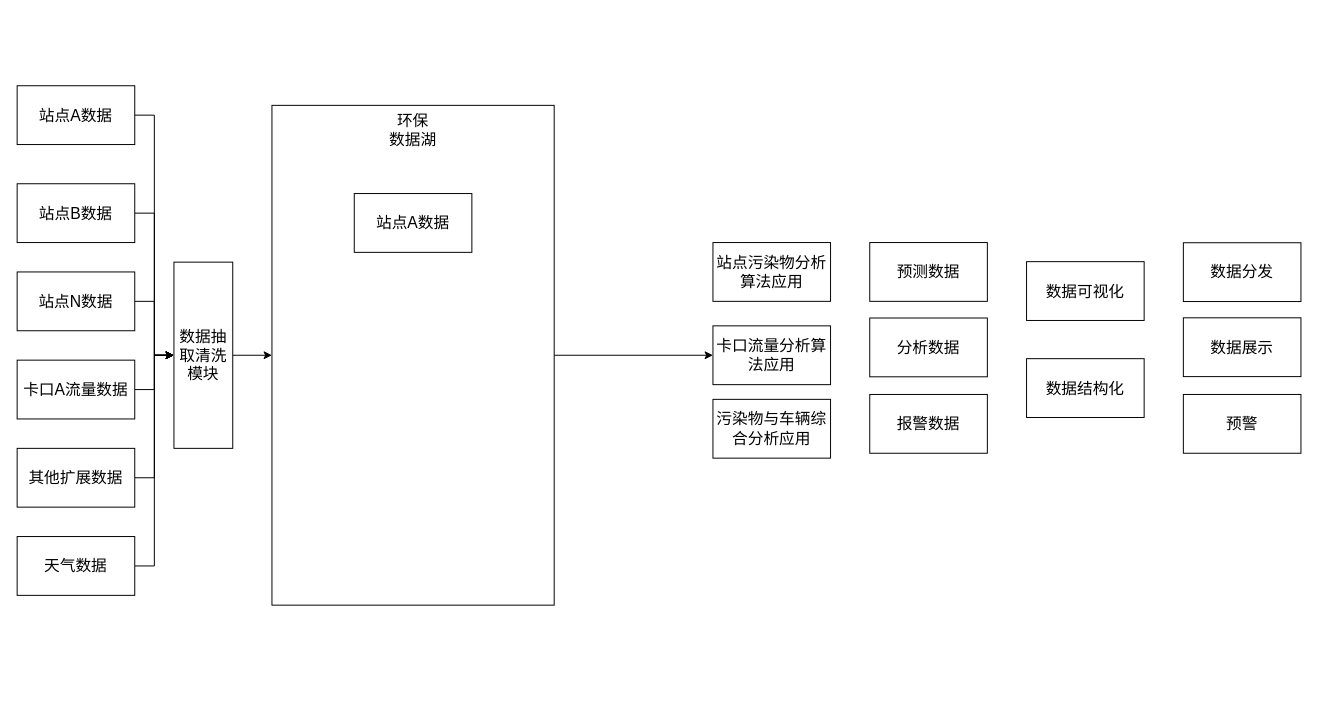
Earlier version of the draw.io diagram Untitled Diagram.drawio (Abefocuson/InterviewProject). Source tidied: cells renumbered, new cells numbered last; positions are measured from the earlier drawing's top-left corner, leaving out a move shared by most shapes. Both pictures are drawn from the tidied source at 98%, with x=0, y=0 at pixel (17, 85).
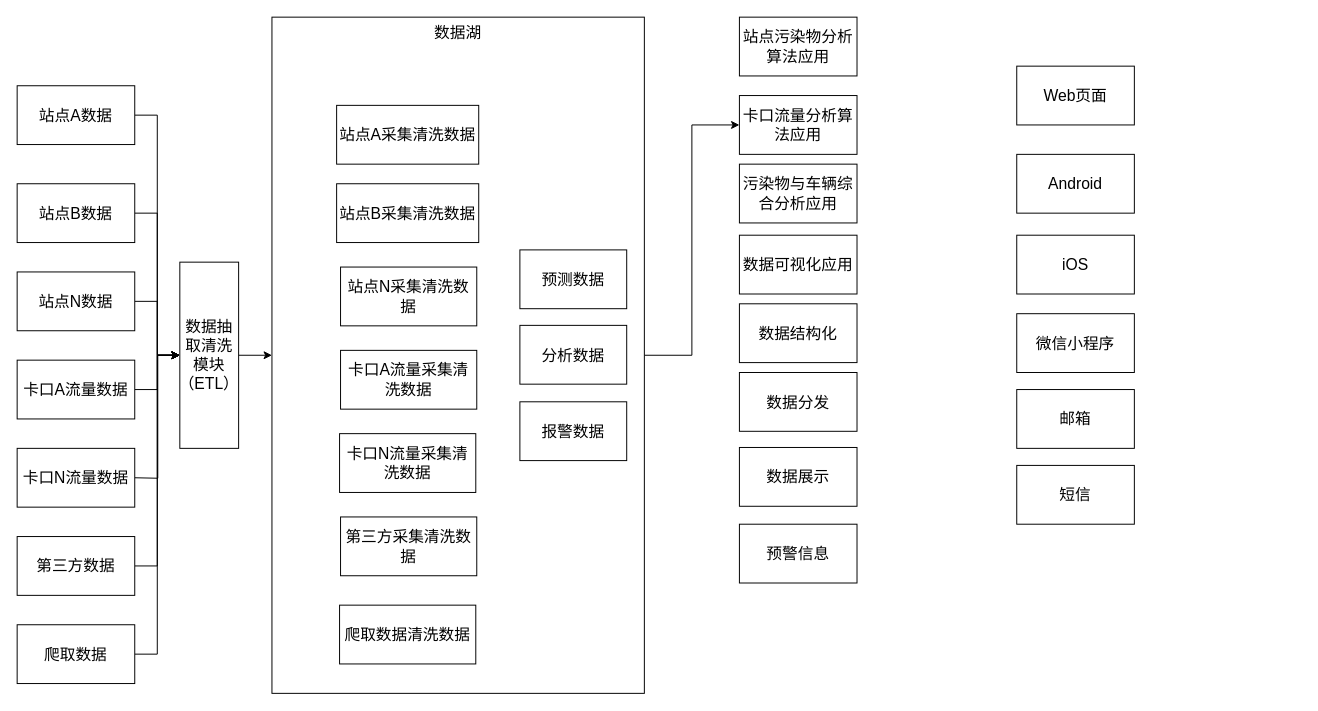
After the change.

Change to the diagram source:
```diff
@@
-    <mxCell id="10" style="edgeStyle=orthogonalEdgeStyle;rounded=0;jettySize=auto;html=1;exitX=1;exitY=0.5;exitDx=0;exitDy=0;entryX=0;entryY=0.5;entryDx=0;entryDy=0;fontSize=16;" parent="1" edge="1" source="11" target="15">
-      <mxGeometry relative="1" as="geometry" />
-    </mxCell>
-    <mxCell id="11" value="其他扩展数据" style="rounded=0;whiteSpace=wrap;html=1;fontSize=16;" parent="1" vertex="1">
-      <mxGeometry y="370" width="120" height="60" as="geometry" />
-    </mxCell>
@@
-    <mxCell id="13" value="环保&lt;br style=&quot;font-size: 16px;&quot;&gt;数据湖" style="rounded=0;whiteSpace=wrap;html=1;fontSize=16;verticalAlign=top;" parent="1" vertex="1">
-      <mxGeometry x="260" y="20" width="288" height="510" as="geometry" />
+    <mxCell id="13" value="数据湖" style="rounded=0;whiteSpace=wrap;html=1;fontSize=16;verticalAlign=top;" parent="1" vertex="1">
+      <mxGeometry x="260" y="-70" width="380" height="690" as="geometry" />
     </mxCell>
@@
-    <mxCell id="15" value="数据抽取清洗模块" style="rounded=0;whiteSpace=wrap;html=1;fontSize=16;" parent="1" vertex="1">
-      <mxGeometry x="160" y="180" width="60" height="190" as="geometry" />
+    <mxCell id="15" value="数据抽取清洗模块（ETL）" style="rounded=0;whiteSpace=wrap;html=1;fontSize=16;" parent="1" vertex="1">
+      <mxGeometry x="166" y="180" width="60" height="190" as="geometry" />
     </mxCell>
     <mxCell id="16" value="站点污染物分析算法应用" style="rounded=0;whiteSpace=wrap;html=1;fontSize=16;" parent="1" vertex="1">
-      <mxGeometry x="710" y="160" width="120" height="60" as="geometry" />
+      <mxGeometry x="737" y="-70" width="120" height="60" as="geometry" />
     </mxCell>
     <mxCell id="17" value="卡口流量分析算法应用" style="rounded=0;whiteSpace=wrap;html=1;fontSize=16;" parent="1" vertex="1">
-      <mxGeometry x="710" y="245" width="120" height="60" as="geometry" />
+      <mxGeometry x="737" y="10" width="120" height="60" as="geometry" />
     </mxCell>
     <mxCell id="18" value="污染物与车辆综合分析应用" style="rounded=0;whiteSpace=wrap;html=1;fontSize=16;" parent="1" vertex="1">
-      <mxGeometry x="710" y="320" width="120" height="60" as="geometry" />
+      <mxGeometry x="737" y="80" width="120" height="60" as="geometry" />
     </mxCell>
     <mxCell id="19" value="预测数据" style="rounded=0;whiteSpace=wrap;html=1;fontSize=16;" parent="1" vertex="1">
-      <mxGeometry x="870" y="160" width="120" height="60" as="geometry" />
+      <mxGeometry x="513" y="167.5" width="109" height="60" as="geometry" />
     </mxCell>
     <mxCell id="20" value="分析数据" style="rounded=0;whiteSpace=wrap;html=1;fontSize=16;" parent="1" vertex="1">
-      <mxGeometry x="870" y="237" width="120" height="60" as="geometry" />
+      <mxGeometry x="513" y="244.5" width="109" height="60" as="geometry" />
     </mxCell>
     <mxCell id="21" value="报警数据" style="rounded=0;whiteSpace=wrap;html=1;fontSize=16;" parent="1" vertex="1">
-      <mxGeometry x="870" y="315" width="120" height="60" as="geometry" />
+      <mxGeometry x="513" y="322.5" width="109" height="60" as="geometry" />
     </mxCell>
     <mxCell id="22" value="数据分发" style="rounded=0;whiteSpace=wrap;html=1;fontSize=16;" parent="1" vertex="1">
-      <mxGeometry x="1190" y="160.2" width="120" height="60" as="geometry" />
+      <mxGeometry x="737" y="292.6" width="120" height="60" as="geometry" />
     </mxCell>
     <mxCell id="23" value="数据展示" style="rounded=0;whiteSpace=wrap;html=1;fontSize=16;" parent="1" vertex="1">
-      <mxGeometry x="1190" y="236.8" width="120" height="60" as="geometry" />
+      <mxGeometry x="737" y="369.1" width="120" height="60" as="geometry" />
     </mxCell>
-    <mxCell id="24" value="数据可视化" style="rounded=0;whiteSpace=wrap;html=1;fontSize=16;" parent="1" vertex="1">
-      <mxGeometry x="1030" y="179.5" width="120" height="60" as="geometry" />
+    <mxCell id="24" value="数据可视化应用" style="rounded=0;whiteSpace=wrap;html=1;fontSize=16;" parent="1" vertex="1">
+      <mxGeometry x="737" y="152.5" width="120" height="60" as="geometry" />
     </mxCell>
     <mxCell id="25" value="数据结构化" style="rounded=0;whiteSpace=wrap;html=1;fontSize=16;" parent="1" vertex="1">
-      <mxGeometry x="1030" y="278.5" width="120" height="60" as="geometry" />
+      <mxGeometry x="737" y="222.5" width="120" height="60" as="geometry" />
     </mxCell>
-    <mxCell id="26" style="edgeStyle=orthogonalEdgeStyle;rounded=0;jettySize=auto;html=1;exitX=1;exitY=0.5;exitDx=0;exitDy=0;entryX=0;entryY=0.5;entryDx=0;entryDy=0;fontSize=16;" parent="1" edge="1" source="27" target="15">
-      <mxGeometry relative="1" as="geometry" />
+    <mxCell id="26" style="edgeStyle=orthogonalEdgeStyle;rounded=0;jettySize=auto;html=1;exitX=1;exitY=0.5;exitDx=0;exitDy=0;entryX=0;entryY=0.5;entryDx=0;entryDy=0;fontSize=16;" parent="1" edge="1" target="15">
+      <mxGeometry relative="1" as="geometry">
+        <mxPoint x="120" y="400" as="sourcePoint" />
+      </mxGeometry>
     </mxCell>
-    <mxCell id="27" value="天气数据" style="rounded=0;whiteSpace=wrap;html=1;fontSize=16;" parent="1" vertex="1">
-      <mxGeometry y="460" width="120" height="60" as="geometry" />
-    </mxCell>
-    <mxCell id="28" value="预警" style="rounded=0;whiteSpace=wrap;html=1;fontSize=16;" parent="1" vertex="1">
-      <mxGeometry x="1190" y="315" width="120" height="60" as="geometry" />
+    <mxCell id="28" value="预警信息" style="rounded=0;whiteSpace=wrap;html=1;fontSize=16;" parent="1" vertex="1">
+      <mxGeometry x="737" y="447.4" width="120" height="60" as="geometry" />
     </mxCell>
-    <mxCell id="29" value="站点A数据" style="rounded=0;whiteSpace=wrap;html=1;fontSize=16;" parent="1" vertex="1">
-      <mxGeometry x="344" y="110" width="120" height="60" as="geometry" />
+    <mxCell id="29" value="站点A采集清洗数据" style="rounded=0;whiteSpace=wrap;html=1;fontSize=16;" parent="1" vertex="1">
+      <mxGeometry x="326" y="20" width="145" height="60" as="geometry" />
     </mxCell>
+    <mxCell id="30" value="站点B采集清洗数据" style="rounded=0;whiteSpace=wrap;html=1;fontSize=16;" parent="1" vertex="1">
+      <mxGeometry x="326" y="100" width="145" height="60" as="geometry" />
+    </mxCell>
+    <mxCell id="31" value="站点N采集清洗数据" style="rounded=0;whiteSpace=wrap;html=1;fontSize=16;" parent="1" vertex="1">
+      <mxGeometry x="330" y="185" width="139" height="60" as="geometry" />
+    </mxCell>
+    <mxCell id="32" style="edgeStyle=orthogonalEdgeStyle;rounded=0;jettySize=auto;html=1;exitX=1;exitY=0.5;exitDx=0;exitDy=0;entryX=0;entryY=0.5;entryDx=0;entryDy=0;fontSize=16;" parent="1" edge="1" source="33" target="15">
+      <mxGeometry relative="1" as="geometry" />
+    </mxCell>
+    <mxCell id="33" value="第三方数据" style="rounded=0;whiteSpace=wrap;html=1;fontSize=16;" parent="1" vertex="1">
+      <mxGeometry y="460" width="120" height="60" as="geometry" />
+    </mxCell>
+    <mxCell id="34" style="edgeStyle=orthogonalEdgeStyle;rounded=0;jettySize=auto;html=1;exitX=1;exitY=0.5;exitDx=0;exitDy=0;entryX=0;entryY=0.5;entryDx=0;entryDy=0;fontSize=16;" parent="1" edge="1" source="35" target="15">
+      <mxGeometry relative="1" as="geometry" />
+    </mxCell>
+    <mxCell id="35" value="爬取数据" style="rounded=0;whiteSpace=wrap;html=1;fontSize=16;" parent="1" vertex="1">
+      <mxGeometry y="550" width="120" height="60" as="geometry" />
+    </mxCell>
+    <mxCell id="36" value="卡口A流量采集清洗数据" style="rounded=0;whiteSpace=wrap;html=1;fontSize=16;" parent="1" vertex="1">
+      <mxGeometry x="330" y="270" width="139" height="60" as="geometry" />
+    </mxCell>
+    <mxCell id="37" value="卡口N流量采集清洗数据" style="rounded=0;whiteSpace=wrap;html=1;fontSize=16;" parent="1" vertex="1">
+      <mxGeometry x="329" y="355" width="139" height="60" as="geometry" />
+    </mxCell>
+    <mxCell id="38" value="卡口N流量数据" style="rounded=0;whiteSpace=wrap;html=1;fontSize=16;" parent="1" vertex="1">
+      <mxGeometry y="370" width="120" height="60" as="geometry" />
+    </mxCell>
+    <mxCell id="39" value="第三方采集清洗数据" style="rounded=0;whiteSpace=wrap;html=1;fontSize=16;" parent="1" vertex="1">
+      <mxGeometry x="330" y="440" width="139" height="60" as="geometry" />
+    </mxCell>
+    <mxCell id="40" value="爬取数据清洗数据" style="rounded=0;whiteSpace=wrap;html=1;fontSize=16;" parent="1" vertex="1">
+      <mxGeometry x="329" y="530" width="139" height="60" as="geometry" />
+    </mxCell>
+    <mxCell id="41" value="Web页面" style="rounded=0;whiteSpace=wrap;html=1;fontSize=16;" parent="1" vertex="1">
+      <mxGeometry x="1020" y="-20" width="120" height="60" as="geometry" />
+    </mxCell>
+    <mxCell id="42" value="Android" style="rounded=0;whiteSpace=wrap;html=1;fontSize=16;" parent="1" vertex="1">
+      <mxGeometry x="1020" y="70" width="120" height="60" as="geometry" />
+    </mxCell>
+    <mxCell id="43" value="iOS" style="rounded=0;whiteSpace=wrap;html=1;fontSize=16;" parent="1" vertex="1">
+      <mxGeometry x="1020" y="152.5" width="120" height="60" as="geometry" />
+    </mxCell>
+    <mxCell id="44" value="微信小程序" style="rounded=0;whiteSpace=wrap;html=1;fontSize=16;" parent="1" vertex="1">
+      <mxGeometry x="1020" y="232.6" width="120" height="60" as="geometry" />
+    </mxCell>
+    <mxCell id="45" value="邮箱" style="rounded=0;whiteSpace=wrap;html=1;fontSize=16;" parent="1" vertex="1">
+      <mxGeometry x="1020" y="310" width="120" height="60" as="geometry" />
+    </mxCell>
+    <mxCell id="46" value="短信" style="rounded=0;whiteSpace=wrap;html=1;fontSize=16;" parent="1" vertex="1">
+      <mxGeometry x="1020" y="387.4" width="120" height="60" as="geometry" />
+    </mxCell>
```
